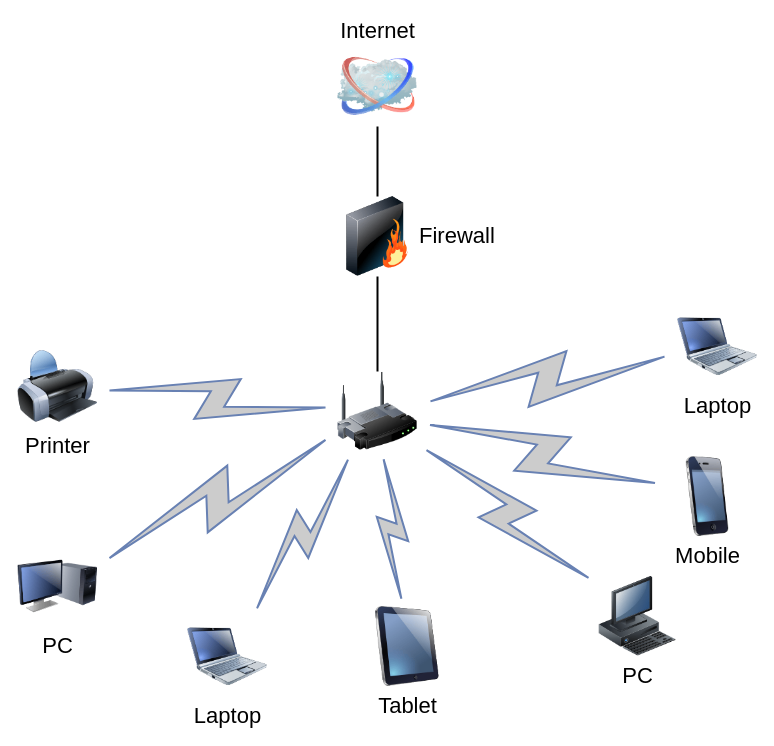
Before: 11111.drawio in 315944211/doc, a draw.io diagram. Source tidied: cells renumbered, new cells numbered last; positions are measured from the earlier drawing's top-left corner, leaving out a move shared by most shapes. Both pictures are drawn from the tidied source at 100%, with x=0, y=0 at pixel (17, 46).
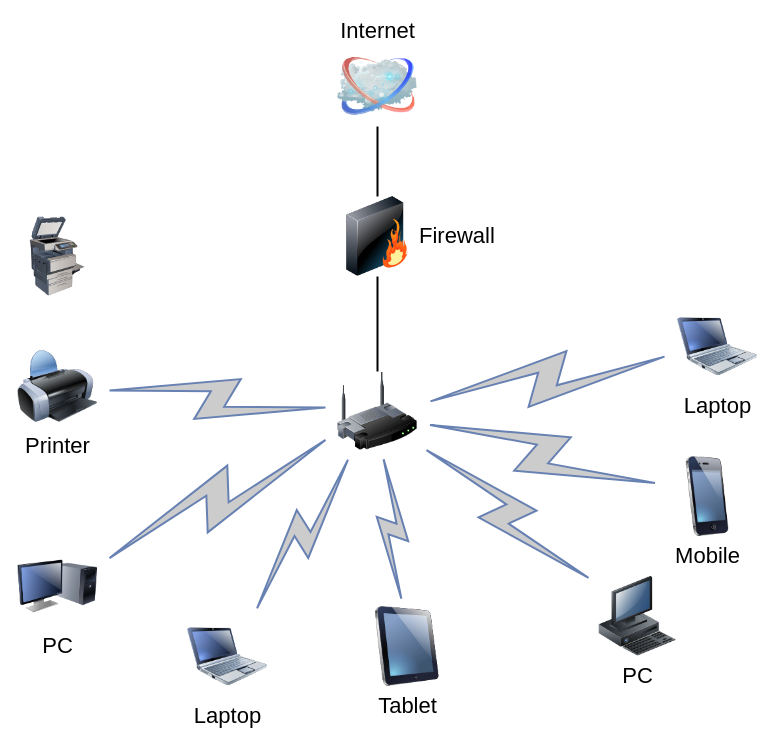
Above is the later version.

The edit, as a diff of the source:
```diff
@@
+    <mxCell id="21" style="image;html=1;image=img/lib/clip_art/computers/Printer_Commercial_128x128.png;" parent="1" vertex="1">
+      <mxGeometry y="170" width="80" height="80" as="geometry" />
+    </mxCell>
```
